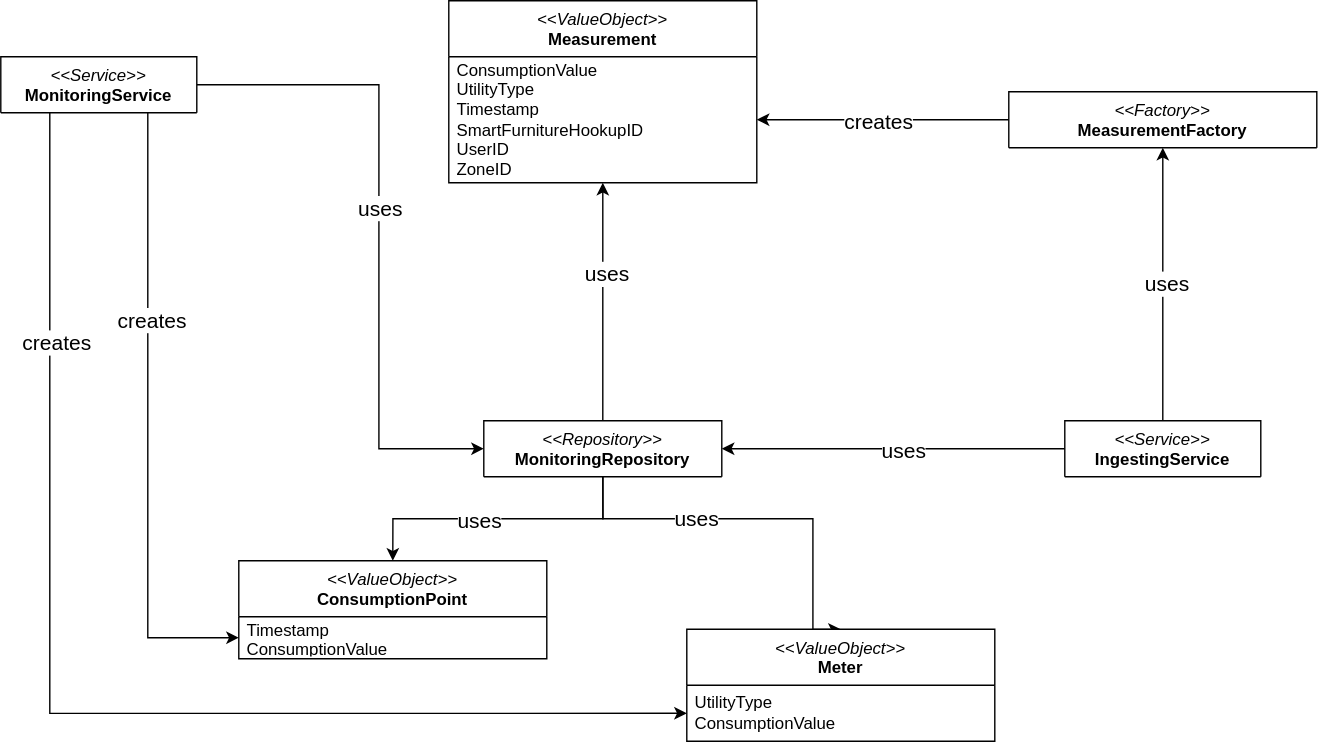
This is docs/report/img/uml/monitoring_ddd.svg from EnergyConsumptionOptimizer/documentation, a draw.io export, as it was before one commit. Source tidied: cells renumbered, new cells last; positions are measured from the earlier drawing's top-left corner, leaving out a move shared by most shapes.
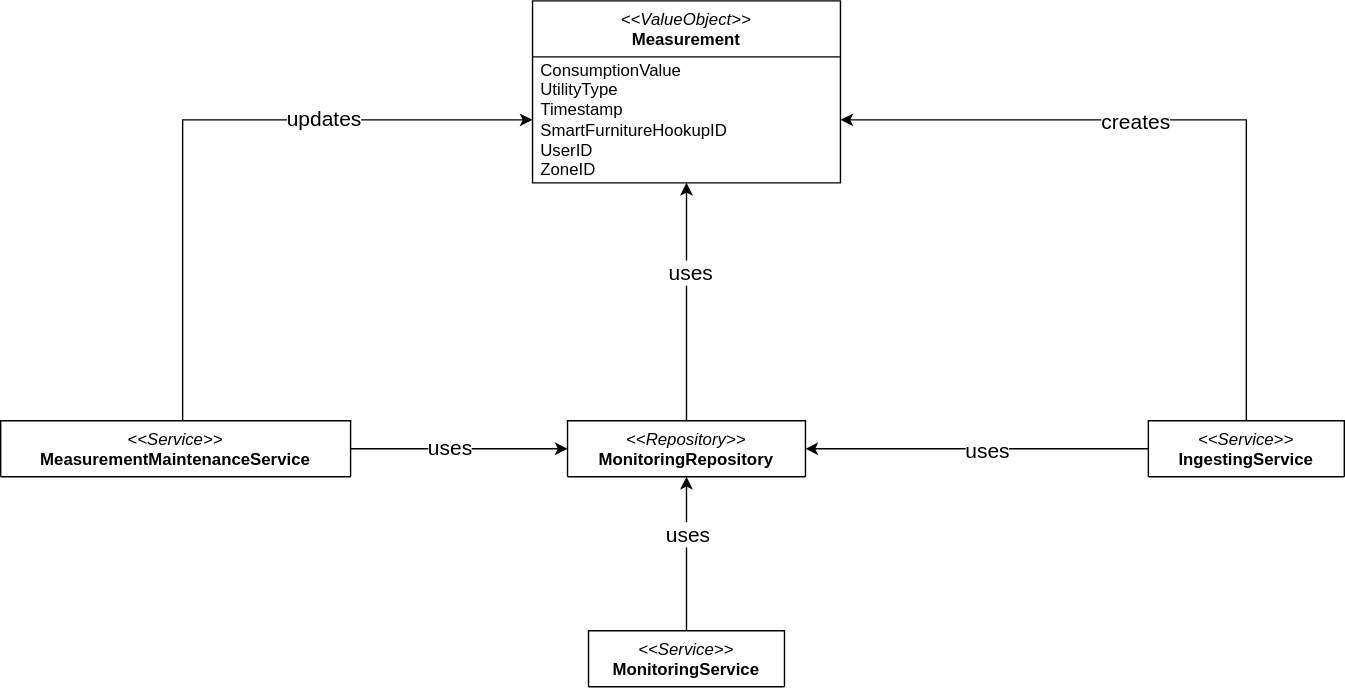
The same file after the commit.

Change to the diagram source:
```diff
@@ -8,96 +8,59 @@
     <mxCell id="3" value="&lt;div&gt;ConsumptionValue&lt;br&gt;UtilityType&lt;br&gt;Timestamp&lt;br&gt;SmartFurnitureHookupID&lt;br&gt;UserID&lt;br&gt;ZoneID&lt;/div&gt;" style="text;html=1;strokeColor=none;fillColor=none;align=left;verticalAlign=middle;spacingLeft=4;spacingRight=4;overflow=hidden;points=[[0,0.5],[1,0.5]];portConstraint=eastwest;whiteSpace=wrap;" parent="2" vertex="1">
       <mxGeometry y="40" width="220" height="90" as="geometry" />
     </mxCell>
-    <mxCell id="4" style="edgeStyle=orthogonalEdgeStyle;rounded=0;jettySize=auto;html=1;" parent="1" edge="1" source="6" target="3">
-      <mxGeometry relative="1" as="geometry" />
-    </mxCell>
-    <mxCell id="5" value="creates" style="edgeLabel;html=1;align=center;verticalAlign=middle;fontSize=15;" parent="4" vertex="1">
-      <mxGeometry x="0.04" relative="1" as="geometry" />
-    </mxCell>
-    <mxCell id="6" value="&lt;i&gt;&amp;lt;&amp;lt;Factory&amp;gt;&amp;gt;&lt;/i&gt;&lt;br&gt;&lt;b&gt;MeasurementFactory&lt;/b&gt;" style="swimlane;fontStyle=0;align=center;verticalAlign=top;horizontal=1;startSize=40;html=1;whiteSpace=wrap;" parent="1" vertex="1">
-      <mxGeometry x="720" y="65" width="220" height="40" as="geometry" />
-    </mxCell>
-    <mxCell id="7" style="edgeStyle=orthogonalEdgeStyle;rounded=0;jettySize=auto;html=1;entryX=0.5;entryY=1;entryDx=0;entryDy=0;" parent="1" edge="1" source="11" target="6">
-      <mxGeometry relative="1" as="geometry" />
-    </mxCell>
-    <mxCell id="8" value="uses" style="edgeLabel;html=1;align=center;verticalAlign=middle;fontSize=15;" parent="7" vertex="1">
-      <mxGeometry x="0.01" y="-2" relative="1" as="geometry" />
-    </mxCell>
+    <mxCell id="30" style="edgeStyle=orthogonalEdgeStyle;rounded=0;jettySize=auto;html=1;exitX=0.5;exitY=0;exitDx=0;exitDy=0;" parent="1" edge="1" source="11" target="3">
+      <mxGeometry relative="1" as="geometry" />
+    </mxCell>
+    <mxCell id="31" value="creates" style="edgeLabel;html=1;align=center;verticalAlign=middle;fontSize=15;" parent="30" vertex="1">
+      <mxGeometry x="0.04" relative="1" as="geometry">
+        <mxPoint x="-33" as="offset" />
+      </mxGeometry>
+    </mxCell>
     <mxCell id="9" style="edgeStyle=orthogonalEdgeStyle;rounded=0;jettySize=auto;html=1;" parent="1" edge="1" source="11" target="16">
       <mxGeometry relative="1" as="geometry" />
     </mxCell>
-    <mxCell id="10" value="uses" style="edgeLabel;html=1;align=center;verticalAlign=middle;fontSize=15;" parent="9" vertex="1">
-      <mxGeometry x="-0.06" relative="1" as="geometry" />
-    </mxCell>
+    <mxCell id="32" value="uses" style="edgeLabel;html=1;align=center;verticalAlign=middle;fontSize=15;" parent="9" vertex="1">
+      <mxGeometry x="-0.06" relative="1" as="geometry" />
+    </mxCell>
     <mxCell id="11" value="&lt;i&gt;&amp;lt;&amp;lt;Service&amp;gt;&amp;gt;&lt;/i&gt;&lt;br&gt;&lt;b&gt;IngestingService&lt;/b&gt;" style="swimlane;fontStyle=0;align=center;verticalAlign=top;horizontal=1;startSize=40;html=1;whiteSpace=wrap;" parent="1" vertex="1">
       <mxGeometry x="760" y="300" width="140" height="40" as="geometry" />
     </mxCell>
-    <mxCell id="12" style="edgeStyle=orthogonalEdgeStyle;rounded=0;jettySize=auto;html=1;entryX=0.5;entryY=0;entryDx=0;entryDy=0;" parent="1" edge="1" source="16" target="19">
-      <mxGeometry relative="1" as="geometry">
-        <Array as="points">
-          <mxPoint x="430" y="370" />
-          <mxPoint x="580" y="370" />
-          <mxPoint x="580" y="449" />
-        </Array>
-      </mxGeometry>
-    </mxCell>
-    <mxCell id="13" value="uses" style="edgeLabel;html=1;align=center;verticalAlign=middle;fontSize=15;" parent="12" vertex="1">
-      <mxGeometry x="0.07" y="1" relative="1" as="geometry">
-        <mxPoint x="-53" as="offset" />
-      </mxGeometry>
-    </mxCell>
-    <mxCell id="14" style="edgeStyle=orthogonalEdgeStyle;rounded=0;jettySize=auto;html=1;exitX=0.5;exitY=1;exitDx=0;exitDy=0;entryX=0.5;entryY=0;entryDx=0;entryDy=0;" parent="1" edge="1" source="16" target="21">
-      <mxGeometry relative="1" as="geometry" />
-    </mxCell>
-    <mxCell id="15" value="uses" style="edgeLabel;html=1;align=center;verticalAlign=middle;fontSize=15;" parent="14" vertex="1">
-      <mxGeometry x="0.13" relative="1" as="geometry" />
-    </mxCell>
     <mxCell id="16" value="&lt;i&gt;&amp;lt;&amp;lt;Repository&amp;gt;&amp;gt;&lt;/i&gt;&lt;b&gt;&lt;br&gt;MonitoringRepository&lt;/b&gt;" style="swimlane;fontStyle=0;align=center;verticalAlign=top;horizontal=1;startSize=40;html=1;whiteSpace=wrap;" parent="1" vertex="1">
       <mxGeometry x="345" y="300" width="170" height="40" as="geometry" />
     </mxCell>
     <mxCell id="17" style="edgeStyle=orthogonalEdgeStyle;rounded=0;jettySize=auto;html=1;entryX=0.5;entryY=1;entryDx=0;entryDy=0;entryPerimeter=0;" parent="1" edge="1" source="16" target="3">
       <mxGeometry relative="1" as="geometry" />
     </mxCell>
-    <mxCell id="18" value="uses" style="edgeLabel;html=1;align=center;verticalAlign=middle;fontSize=15;" parent="17" vertex="1">
-      <mxGeometry x="0.25" y="-2" relative="1" as="geometry" />
-    </mxCell>
-    <mxCell id="19" value="&lt;i&gt;&amp;lt;&amp;lt;&lt;/i&gt;&lt;i&gt;ValueObject&lt;/i&gt;&lt;i&gt;&amp;gt;&amp;gt;&lt;/i&gt;&lt;br&gt;&lt;b&gt;Meter&lt;br&gt;&lt;br&gt;&lt;/b&gt;" style="swimlane;fontStyle=0;align=center;verticalAlign=top;horizontal=1;startSize=40;html=1;whiteSpace=wrap;" parent="1" vertex="1">
-      <mxGeometry x="490" y="449" width="220" height="80" as="geometry" />
-    </mxCell>
-    <mxCell id="20" value="&lt;div&gt;UtilityType&lt;/div&gt;&lt;div&gt;ConsumptionValue&lt;/div&gt;" style="text;html=1;strokeColor=none;fillColor=none;align=left;verticalAlign=middle;spacingLeft=4;spacingRight=4;overflow=hidden;points=[[0,0.5],[1,0.5]];portConstraint=eastwest;whiteSpace=wrap;" parent="19" vertex="1">
-      <mxGeometry y="40" width="220" height="40" as="geometry" />
-    </mxCell>
-    <mxCell id="21" value="&lt;i&gt;&amp;lt;&amp;lt;ValueObject&amp;gt;&amp;gt;&lt;/i&gt;&lt;br&gt;&lt;b&gt;ConsumptionPoint&lt;br&gt;&lt;br&gt;&lt;/b&gt;" style="swimlane;fontStyle=0;align=center;verticalAlign=top;horizontal=1;startSize=40;html=1;whiteSpace=wrap;" parent="1" vertex="1">
-      <mxGeometry x="170" y="400" width="220" height="70" as="geometry" />
-    </mxCell>
-    <mxCell id="22" value="&lt;div&gt;Timestamp&lt;/div&gt;&lt;div&gt;ConsumptionValue&lt;/div&gt;" style="text;html=1;strokeColor=none;fillColor=none;align=left;verticalAlign=middle;spacingLeft=4;spacingRight=4;overflow=hidden;points=[[0,0.5],[1,0.5]];portConstraint=eastwest;whiteSpace=wrap;" parent="21" vertex="1">
-      <mxGeometry y="40" width="220" height="30" as="geometry" />
-    </mxCell>
+    <mxCell id="33" value="uses" style="edgeLabel;html=1;align=center;verticalAlign=middle;fontSize=15;" parent="17" vertex="1">
+      <mxGeometry x="0.25" y="-2" relative="1" as="geometry" />
+    </mxCell>
-    <mxCell id="23" style="edgeStyle=orthogonalEdgeStyle;rounded=0;jettySize=auto;html=1;" parent="1" edge="1" source="29" target="16">
-      <mxGeometry relative="1" as="geometry">
-        <Array as="points">
-          <mxPoint x="270" y="60" />
-          <mxPoint x="270" y="320" />
-        </Array>
-      </mxGeometry>
+    <mxCell id="23" style="edgeStyle=orthogonalEdgeStyle;rounded=0;jettySize=auto;html=1;exitX=0.5;exitY=0;exitDx=0;exitDy=0;" parent="1" edge="1" source="29" target="16">
+      <mxGeometry relative="1" as="geometry" />
     </mxCell>
-    <mxCell id="24" value="uses" style="edgeLabel;html=1;align=center;verticalAlign=middle;fontSize=15;" parent="23" vertex="1">
-      <mxGeometry x="-0.07" relative="1" as="geometry" />
-    </mxCell>
-    <mxCell id="25" style="edgeStyle=orthogonalEdgeStyle;rounded=0;jettySize=auto;html=1;entryX=0;entryY=0.5;entryDx=0;entryDy=0;exitX=0.25;exitY=1;exitDx=0;exitDy=0;" parent="1" edge="1" source="29" target="20">
-      <mxGeometry relative="1" as="geometry" />
-    </mxCell>
-    <mxCell id="26" value="creates" style="edgeLabel;html=1;align=center;verticalAlign=middle;fontSize=15;" parent="25" vertex="1">
-      <mxGeometry x="-0.63" y="4" relative="1" as="geometry" />
-    </mxCell>
-    <mxCell id="27" style="edgeStyle=orthogonalEdgeStyle;rounded=0;jettySize=auto;html=1;exitX=0.75;exitY=1;exitDx=0;exitDy=0;entryX=0;entryY=0.5;entryDx=0;entryDy=0;" parent="1" edge="1" source="29" target="22">
-      <mxGeometry relative="1" as="geometry" />
-    </mxCell>
-    <mxCell id="28" value="creates" style="edgeLabel;html=1;align=center;verticalAlign=middle;fontSize=15;" parent="27" vertex="1">
-      <mxGeometry x="-0.33" y="2" relative="1" as="geometry" />
-    </mxCell>
     <mxCell id="29" value="&lt;i&gt;&amp;lt;&amp;lt;Service&amp;gt;&amp;gt;&lt;/i&gt;&lt;br&gt;&lt;b&gt;MonitoringService&lt;/b&gt;" style="swimlane;fontStyle=0;align=center;verticalAlign=top;horizontal=1;startSize=40;html=1;whiteSpace=wrap;" parent="1" vertex="1">
-      <mxGeometry y="40" width="140" height="40" as="geometry" />
+      <mxGeometry x="360" y="450" width="140" height="40" as="geometry" />
     </mxCell>
+    <mxCell id="34" style="edgeStyle=orthogonalEdgeStyle;rounded=0;jettySize=auto;html=1;entryX=0;entryY=0.5;entryDx=0;entryDy=0;" parent="1" edge="1" source="36" target="3">
+      <mxGeometry relative="1" as="geometry">
+        <Array as="points">
+          <mxPoint x="70" y="85" />
+        </Array>
+      </mxGeometry>
+    </mxCell>
+    <mxCell id="35" style="edgeStyle=orthogonalEdgeStyle;rounded=0;jettySize=auto;html=1;exitX=1;exitY=0.5;exitDx=0;exitDy=0;entryX=0;entryY=0.5;entryDx=0;entryDy=0;" parent="1" edge="1" source="36" target="16">
+      <mxGeometry relative="1" as="geometry" />
+    </mxCell>
+    <mxCell id="36" value="&lt;div&gt;&lt;i&gt;&amp;lt;&amp;lt;Service&amp;gt;&amp;gt;&lt;/i&gt;&lt;b&gt;&lt;br&gt;&lt;/b&gt;&lt;/div&gt;&lt;div&gt;&lt;b&gt;MeasurementMaintenanceService&lt;/b&gt;&lt;/div&gt;" style="swimlane;fontStyle=0;align=center;verticalAlign=top;horizontal=1;startSize=40;html=1;whiteSpace=wrap;" parent="1" vertex="1">
+      <mxGeometry x="-60" y="300" width="250" height="40" as="geometry" />
+    </mxCell>
+    <mxCell id="37" value="uses" style="edgeLabel;html=1;align=center;verticalAlign=middle;fontSize=15;" parent="1" vertex="1">
+      <mxGeometry x="260" y="318" as="geometry" />
+    </mxCell>
+    <mxCell id="38" value="updates" style="edgeLabel;html=1;align=center;verticalAlign=middle;fontSize=15;" parent="1" vertex="1">
+      <mxGeometry x="170" y="83" as="geometry" />
+    </mxCell>
+    <mxCell id="39" value="uses" style="edgeLabel;html=1;align=center;verticalAlign=middle;fontSize=15;" parent="1" vertex="1">
+      <mxGeometry x="430" y="380" as="geometry" />
+    </mxCell>
   </root>
 </mxGraphModel>
```
